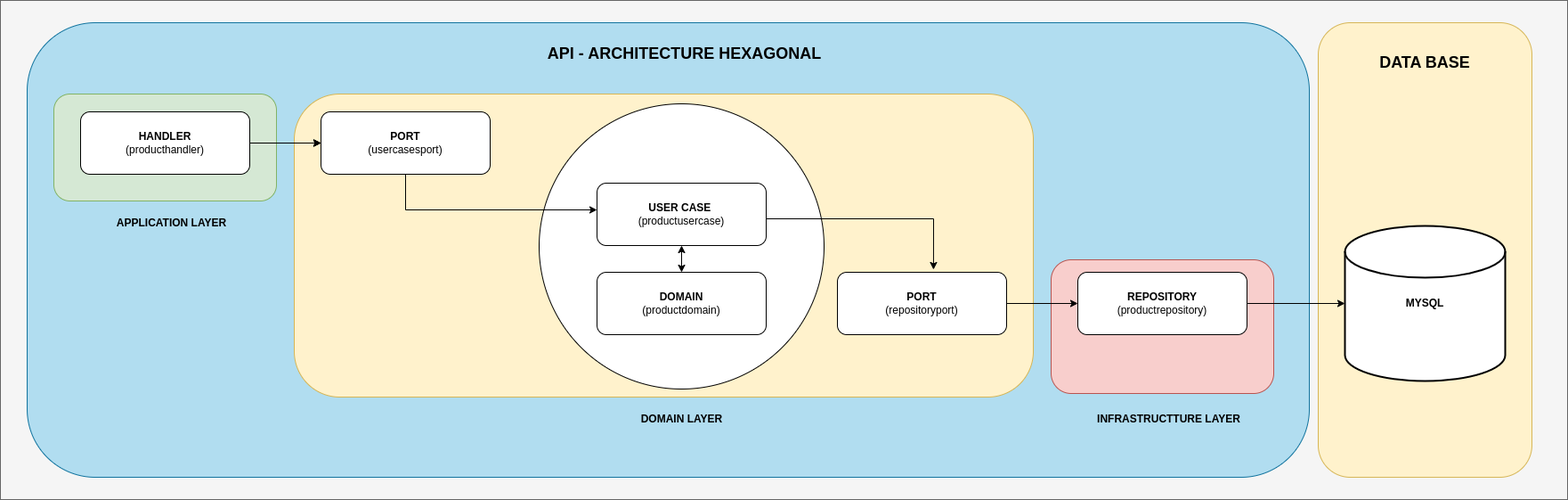
The draw.io diagram docs_readme/archicture_new.png in ciceroednilson/ms-products-golang, before a commit. Source tidied: cells renumbered, new cells last; positions are measured from the earlier drawing's top-left corner, leaving out a move shared by most shapes.
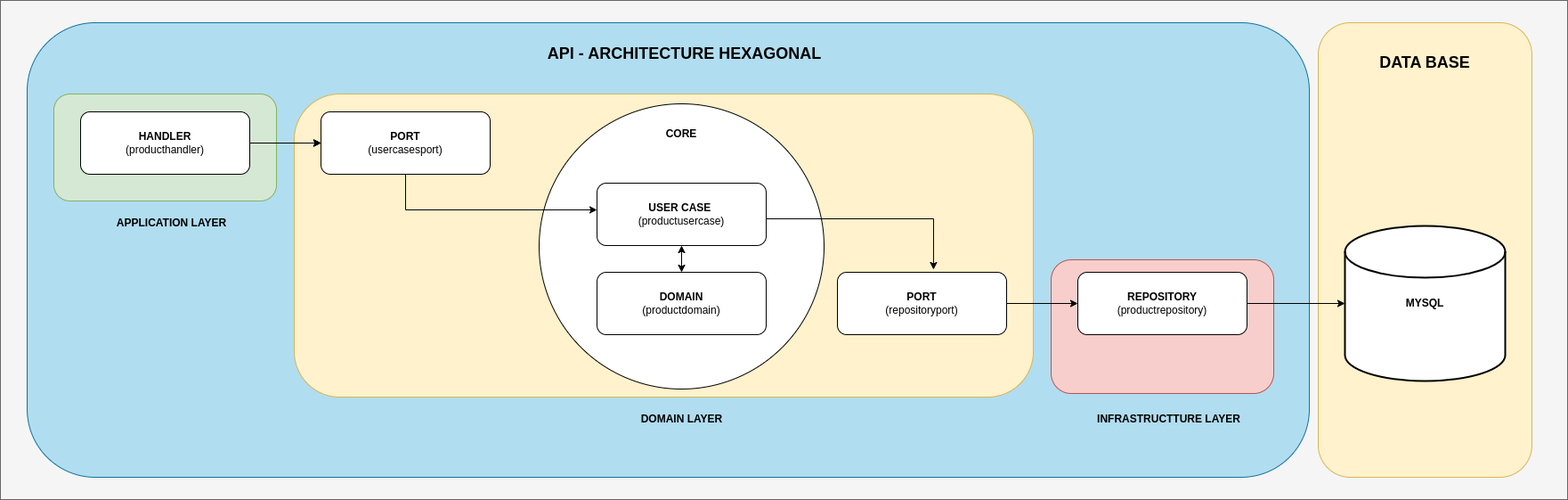
The same file after the commit.

The edit, as a diff of the source:
```diff
@@ -95,5 +95,8 @@
     <mxCell id="28" style="endArrow=classic;html=1;rounded=0;exitX=1;exitY=0.5;exitDx=0;exitDy=0;entryX=0;entryY=0.5;entryDx=0;entryDy=0;entryPerimeter=0;" parent="1" edge="1" source="22" target="26">
       <mxGeometry relative="1" as="geometry" />
     </mxCell>
+    <mxCell id="29" value="CORE" style="text;html=1;strokeColor=none;fillColor=none;align=center;verticalAlign=middle;whiteSpace=wrap;rounded=0;fontStyle=1;" parent="1" vertex="1">
+      <mxGeometry x="735" y="135" width="60" height="30" as="geometry" />
+    </mxCell>
   </root>
 </mxGraphModel>
```
